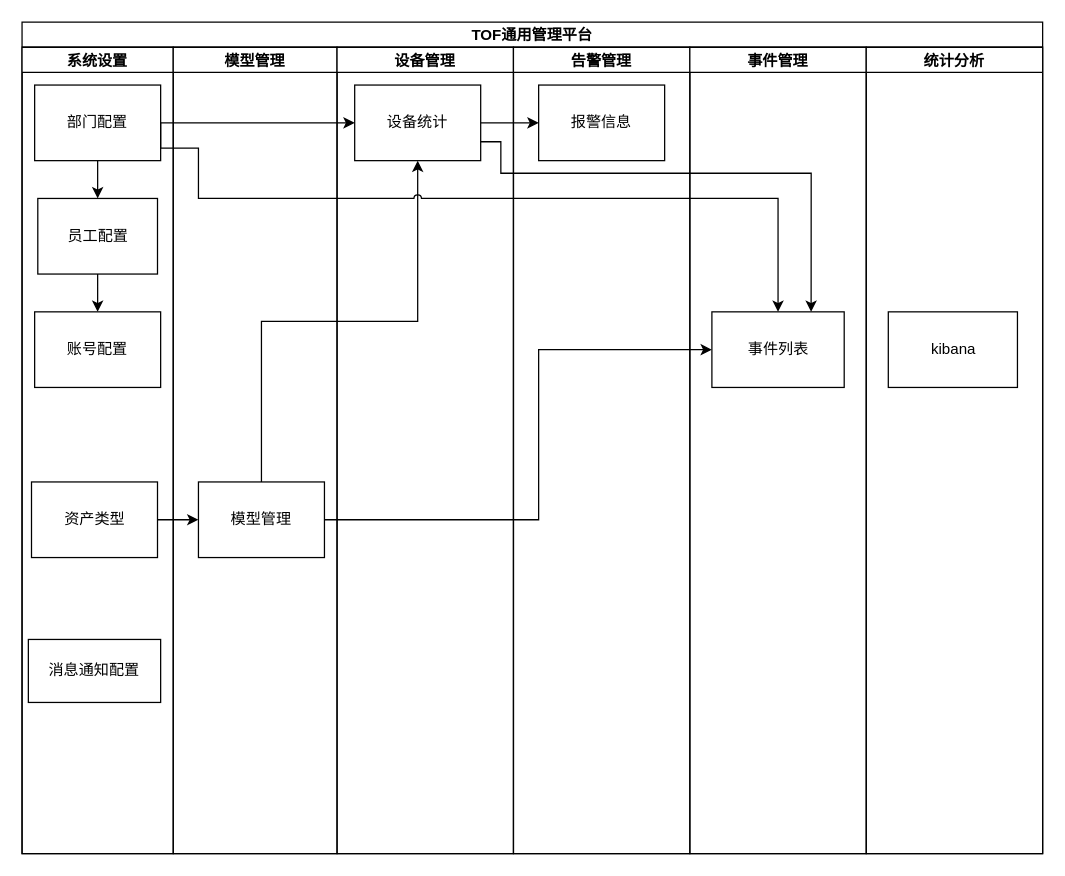
Earlier version of the draw.io diagram Untitled Diagram.drawio (star-devil/diagramsFiles). Source tidied: cells renumbered, new cells numbered last; positions are measured from the earlier drawing's top-left corner, leaving out a move shared by most shapes. Both pictures are drawn from the tidied source at 126%, with x=0, y=0 at pixel (21, 21).
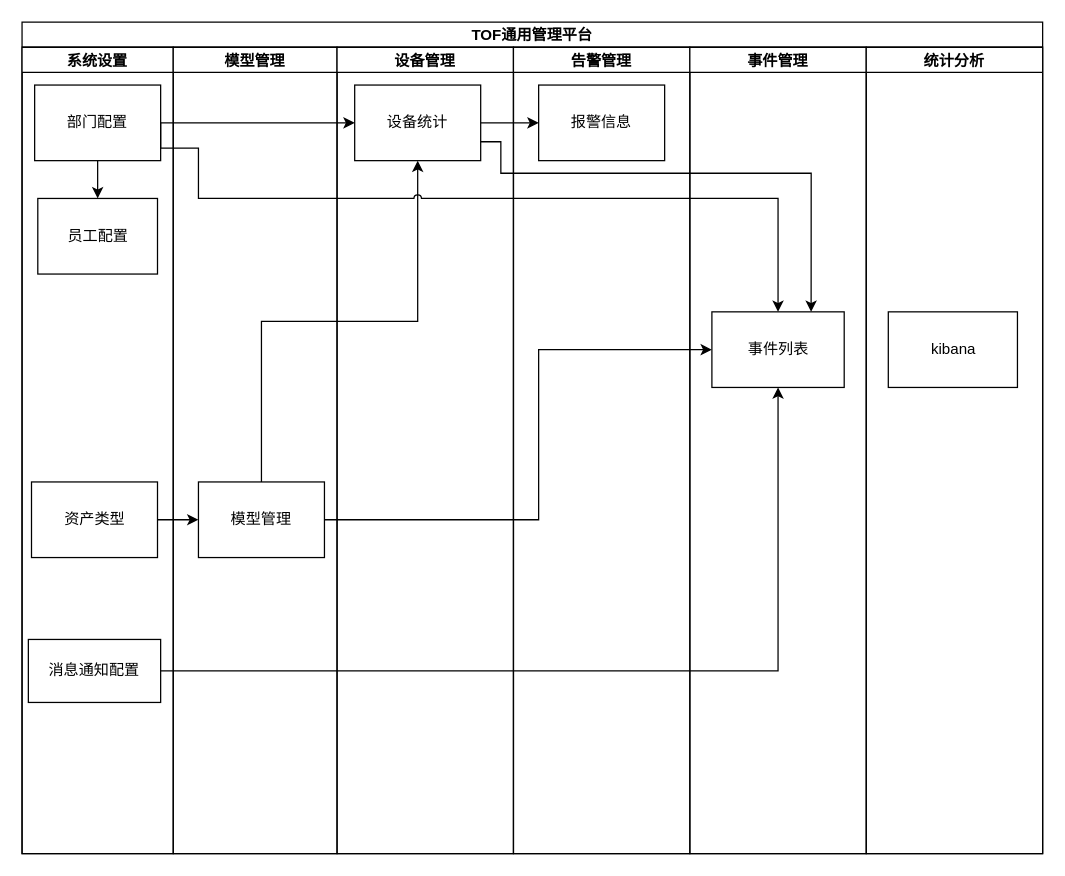
Above is the later version.

The change refers to these unchanged cells:
```xml
<mxCell id="2" value="TOF通用管理平台" style="swimlane;startSize=20;" parent="1" vertex="1">
  <mxGeometry width="810" height="660" as="geometry" />
</mxCell>
<mxCell id="4" value="系统设置" style="swimlane;startSize=20;" parent="2" vertex="1">
  <mxGeometry y="20" width="120" height="640" as="geometry" />
</mxCell>
<mxCell id="8" value="员工配置" style="whiteSpace=wrap;html=1;" parent="4" vertex="1">
  <mxGeometry x="12.5" y="120" width="95" height="60" as="geometry" />
</mxCell>
<mxCell id="11" value="消息通知配置" style="whiteSpace=wrap;html=1;" parent="4" vertex="1">
  <mxGeometry x="5" y="470" width="105" height="50" as="geometry" />
</mxCell>
<mxCell id="21" value="事件列表" style="whiteSpace=wrap;html=1;" parent="20" vertex="1">
  <mxGeometry x="17.5" y="210" width="105" height="60" as="geometry" />
</mxCell>
```

The edit, as a diff of the source:
```diff
@@
-    <mxCell id="7" style="edgeStyle=orthogonalEdgeStyle;rounded=0;jettySize=auto;html=1;" parent="4" edge="1" source="8" target="9">
-      <mxGeometry relative="1" as="geometry" />
-    </mxCell>
@@
-    <mxCell id="9" value="账号配置" style="whiteSpace=wrap;html=1;" parent="4" vertex="1">
-      <mxGeometry x="10" y="210" width="100" height="60" as="geometry" />
-    </mxCell>
@@
+    <mxCell id="28" style="edgeStyle=orthogonalEdgeStyle;rounded=0;jumpStyle=arc;jettySize=auto;html=1;exitX=1;exitY=0.5;exitDx=0;exitDy=0;entryX=0.5;entryY=1;entryDx=0;entryDy=0;" parent="2" edge="1" source="11" target="21">
+      <mxGeometry relative="1" as="geometry" />
+    </mxCell>
```
